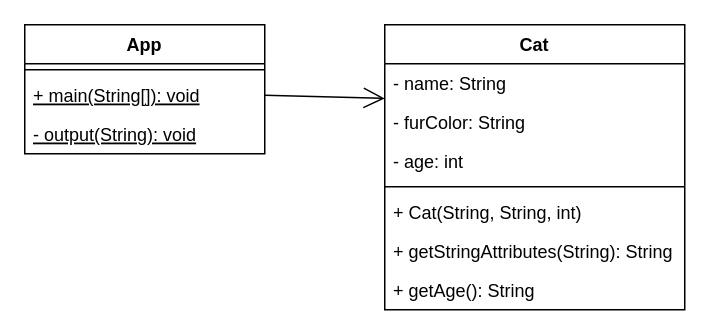
Earlier version of the draw.io diagram page "App / Cat" (1 of 4) of klassendiagramm.drawio (02a-OOP-ComCave-YEP/03a_Vererbung_Inheritance). Source tidied: cells renumbered, new cells numbered last; positions are measured from the earlier drawing's top-left corner, leaving out a move shared by most shapes. Both pictures are drawn from the tidied source at 150%, with x=0, y=0 at pixel (24, 24).
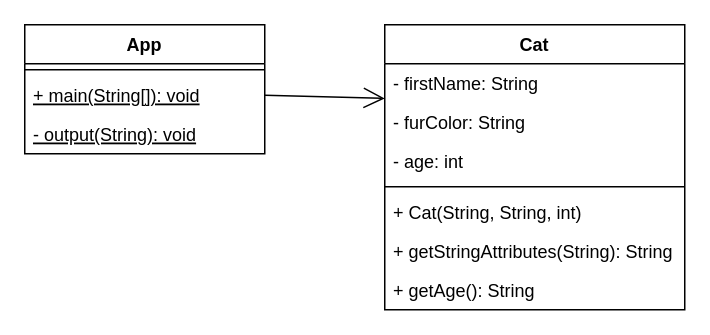
Above is the later version.

Diff of the diagram source:
```diff
@@
 <mxGraphModel>
   <root>
     <mxCell id="0" />
     <mxCell id="1" parent="0" />
     <mxCell id="2" value="Cat" style="swimlane;fontStyle=1;align=center;verticalAlign=top;horizontal=1;startSize=26;" parent="1" vertex="1">
       <mxGeometry x="240" width="200" height="190" as="geometry" />
     </mxCell>
-    <mxCell id="3" value="- name: String" style="text;strokeColor=none;fillColor=none;align=left;verticalAlign=top;spacingLeft=4;spacingRight=4;overflow=hidden;points=[[0,0.5],[1,0.5]];portConstraint=eastwest;" parent="2" vertex="1">
+    <mxCell id="3" value="- firstName: String" style="text;strokeColor=none;fillColor=none;align=left;verticalAlign=top;spacingLeft=4;spacingRight=4;overflow=hidden;points=[[0,0.5],[1,0.5]];portConstraint=eastwest;" parent="2" vertex="1">
       <mxGeometry y="26" width="200" height="26" as="geometry" />
     </mxCell>
     <mxCell id="4" value="- furColor: String" style="text;strokeColor=none;fillColor=none;align=left;verticalAlign=top;spacingLeft=4;spacingRight=4;overflow=hidden;" parent="2" vertex="1">
       <mxGeometry y="52" width="200" height="26" as="geometry" />
     </mxCell>
     <mxCell id="5" value="- age: int" style="text;strokeColor=none;fillColor=none;align=left;verticalAlign=top;spacingLeft=4;spacingRight=4;overflow=hidden;" parent="2" vertex="1">
       <mxGeometry y="78" width="200" height="26" as="geometry" />
     </mxCell>
     <mxCell id="6" style="line;strokeWidth=1;fillColor=none;align=left;verticalAlign=middle;spacingTop=-1;spacingLeft=3;spacingRight=3;labelPosition=right;strokeColor=inherit;" parent="2" vertex="1">
       <mxGeometry y="104" width="200" height="8" as="geometry" />
     </mxCell>
     <mxCell id="7" value="+ Cat(String, String, int)" style="text;strokeColor=none;fillColor=none;align=left;verticalAlign=top;spacingLeft=4;spacingRight=4;overflow=hidden;" parent="2" vertex="1">
       <mxGeometry y="112" width="200" height="26" as="geometry" />
     </mxCell>
     <mxCell id="8" value="+ getStringAttributes(String): String" style="text;strokeColor=none;fillColor=none;align=left;verticalAlign=top;spacingLeft=4;spacingRight=4;overflow=hidden;" parent="2" vertex="1">
       <mxGeometry y="138" width="200" height="26" as="geometry" />
     </mxCell>
     <mxCell id="9" value="+ getAge(): String" style="text;strokeColor=none;fillColor=none;align=left;verticalAlign=top;spacingLeft=4;spacingRight=4;overflow=hidden;" parent="2" vertex="1">
       <mxGeometry y="164" width="200" height="26" as="geometry" />
     </mxCell>
     <mxCell id="10" value="App" style="swimlane;fontStyle=1;align=center;verticalAlign=top;horizontal=1;startSize=26;" parent="1" vertex="1">
       <mxGeometry width="160" height="86" as="geometry" />
     </mxCell>
     <mxCell id="11" style="line;strokeWidth=1;fillColor=none;align=left;verticalAlign=middle;spacingTop=-1;spacingLeft=3;spacingRight=3;labelPosition=right;strokeColor=inherit;" parent="10" vertex="1">
       <mxGeometry y="26" width="160" height="8" as="geometry" />
     </mxCell>
     <mxCell id="12" value="+ main(String[]): void" style="text;strokeColor=none;fillColor=none;align=left;verticalAlign=top;spacingLeft=4;spacingRight=4;overflow=hidden;points=[[0,0.5],[1,0.5]];portConstraint=eastwest;fontStyle=4;" parent="10" vertex="1">
       <mxGeometry y="34" width="160" height="26" as="geometry" />
     </mxCell>
     <mxCell id="13" value="- output(String): void" style="text;strokeColor=none;fillColor=none;align=left;verticalAlign=top;spacingLeft=4;spacingRight=4;overflow=hidden;fontStyle=4;" parent="10" vertex="1">
       <mxGeometry y="60" width="160" height="26" as="geometry" />
     </mxCell>
     <mxCell id="14" style="endArrow=open;endFill=1;endSize=12;html=1;exitX=1;exitY=0.5;exitDx=0;exitDy=0;entryX=0;entryY=0.89;entryDx=0;entryDy=0;entryPerimeter=0;" parent="1" edge="1" source="12" target="3">
       <mxGeometry relative="1" as="geometry" />
     </mxCell>
   </root>
 </mxGraphModel>
```
